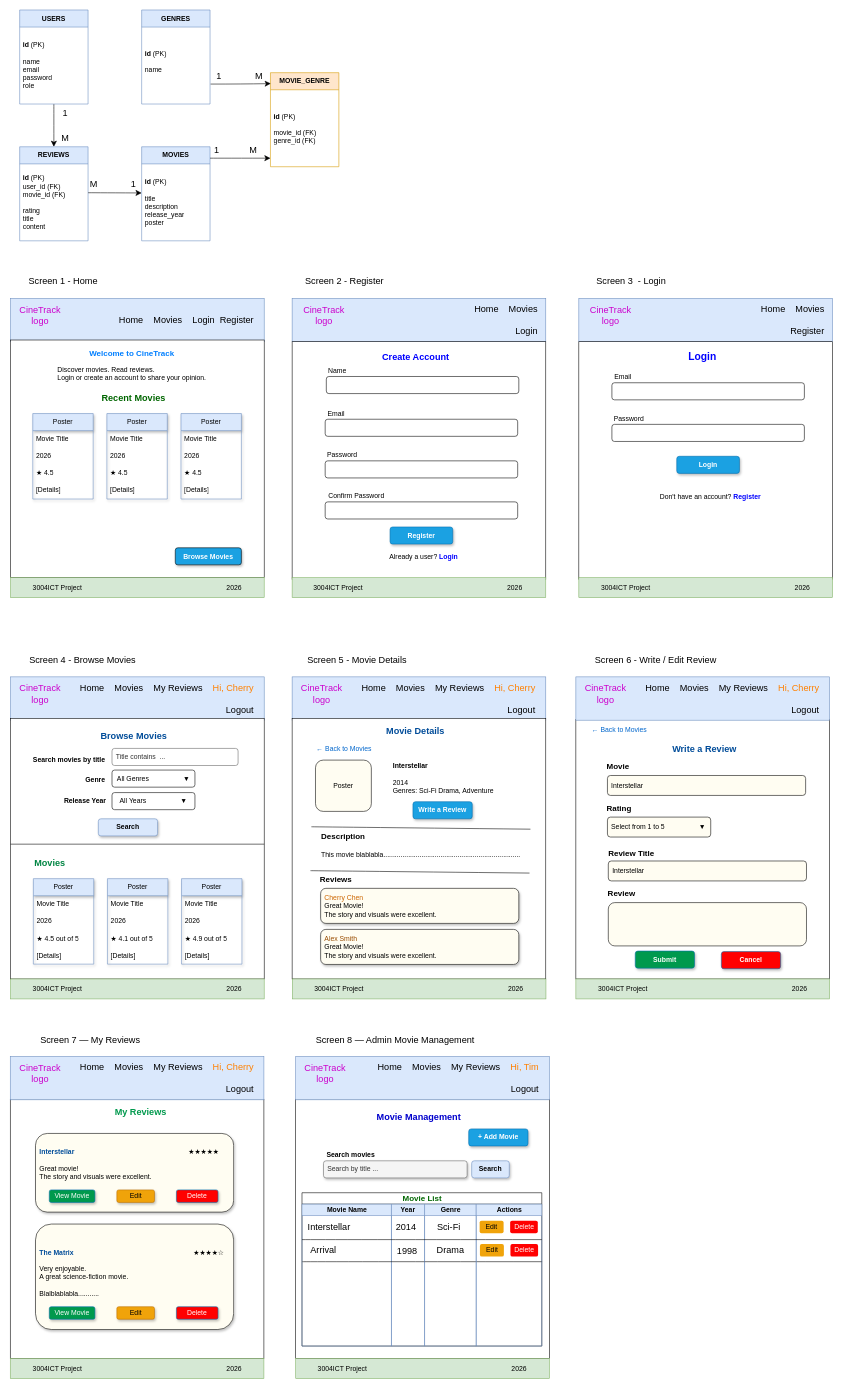
cherry4049/3004ICT-movie-watchlist keeps this draw.io diagram as docs/diagrams/diagrams.drawio. Above is the earlier version. Source tidied: cells renumbered, new cells numbered last; positions are measured from the earlier drawing's top-left corner, leaving out a move shared by most shapes. Both pictures are drawn from the tidied source at 57%, with x=0, y=0 at pixel (10, 10).
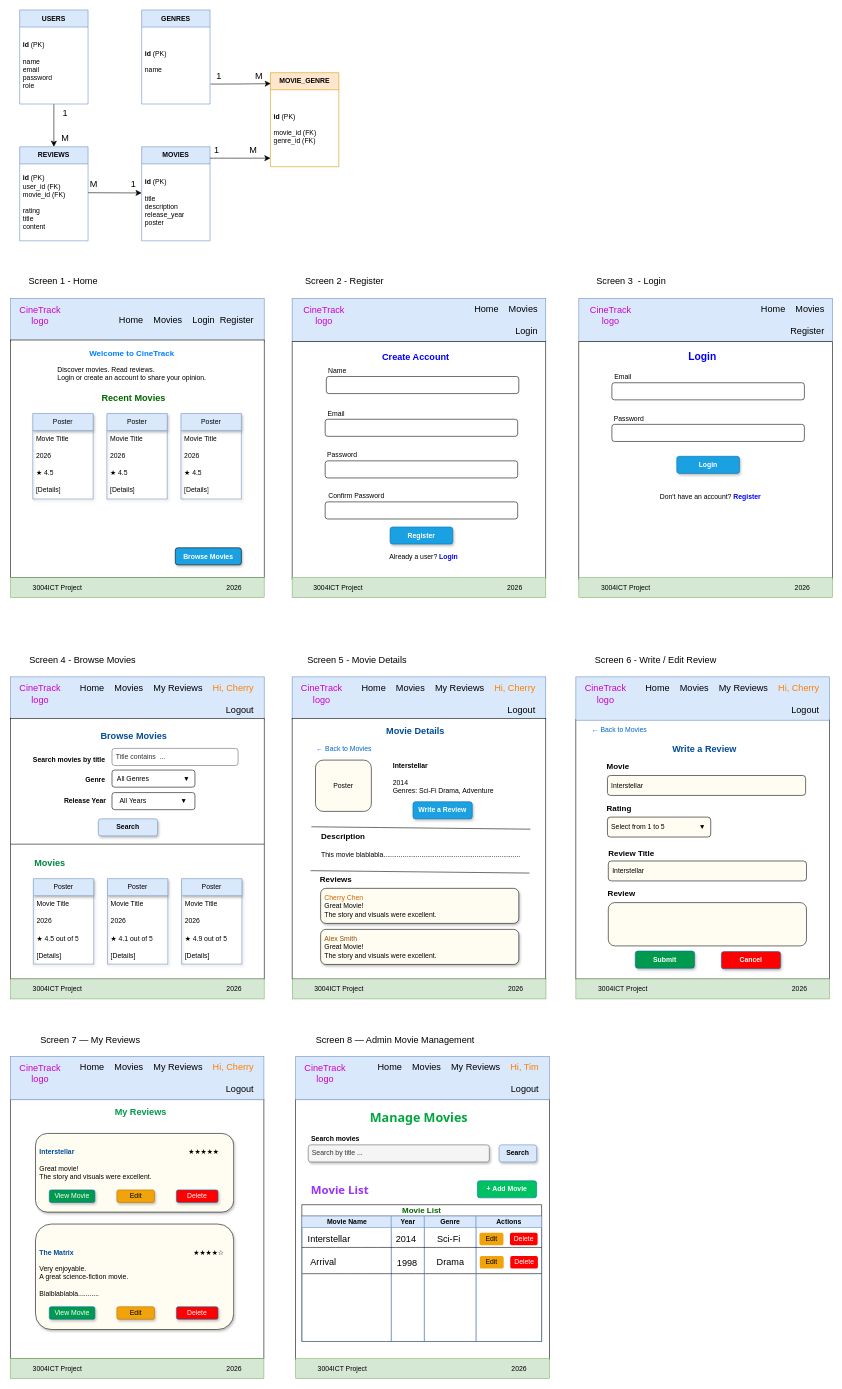
Above is the later version.

Change to the diagram source:
```diff
@@
+    <mxCell id="187" style="rounded=0;whiteSpace=wrap;html=1;" parent="1" vertex="1">
+      <mxGeometry x="500.3" y="1911" width="445" height="457" as="geometry" />
+    </mxCell>
@@
-    <mxCell id="141" value="&amp;nbsp; &amp;nbsp; &amp;nbsp; &amp;nbsp; &amp;nbsp; &amp;nbsp; &amp;nbsp; &amp;nbsp; &amp;nbsp; &amp;nbsp; &amp;nbsp; &amp;nbsp; &amp;nbsp; &amp;nbsp; &amp;nbsp; " style="rounded=0;whiteSpace=wrap;html=1;verticalAlign=bottom;spacingBottom=0;fillColor=#FFFFFF;" parent="1" vertex="1">
-      <mxGeometry x="500.3" y="1911" width="445" height="455" as="geometry" />
-    </mxCell>
@@
-    <mxCell id="145" value="&lt;b&gt;&lt;font style=&quot;font-size: 16px; color: rgb(0, 0, 204);&quot;&gt;Movie Management&lt;/font&gt;&lt;/b&gt;" style="text;html=1;whiteSpace=wrap;strokeColor=none;fillColor=none;align=center;verticalAlign=middle;rounded=0;" parent="1" vertex="1">
+    <mxCell id="145" value="&lt;h1 class=&quot;text-2xl font-bold text-green-600 sm:text-3xl&quot; style=&quot;box-sizing: border-box; margin: 0px; padding: 0px; border: 0px solid; line-height: 1.2; --tw-font-weight: 700; color: oklch(0.627 0.194 149.214); font-family: &amp;quot;Instrument Sans&amp;quot;, ui-sans-serif, system-ui, sans-serif, &amp;quot;Apple Color Emoji&amp;quot;, &amp;quot;Segoe UI Emoji&amp;quot;, &amp;quot;Segoe UI Symbol&amp;quot;, &amp;quot;Noto Color Emoji&amp;quot;; text-align: start;&quot;&gt;&lt;font style=&quot;font-size: 22px;&quot;&gt;Manage Movies&lt;/font&gt;&lt;/h1&gt;" style="text;html=1;whiteSpace=wrap;strokeColor=none;fillColor=none;align=center;verticalAlign=middle;rounded=0;" parent="1" vertex="1">
       <mxGeometry x="546.3" y="1927" width="341" height="30" as="geometry" />
     </mxCell>
@@
-    <mxCell id="148" value="+ Add Movie" style="rounded=1;whiteSpace=wrap;html=1;fillColor=#1ba1e2;strokeColor=#006EAF;fontColor=#ffffff;fontStyle=1;shadow=1;" parent="1" vertex="1">
-      <mxGeometry x="803.8" y="1963" width="104" height="30" as="geometry" />
+    <mxCell id="148" value="+ Add Movie" style="rounded=1;whiteSpace=wrap;html=1;fillColor=#00C161;strokeColor=#006EAF;fontColor=#ffffff;fontStyle=1;shadow=0;" parent="1" vertex="1">
+      <mxGeometry x="819" y="2054" width="104" height="30" as="geometry" />
     </mxCell>
     <mxCell id="149" value="Search by title ..." style="rounded=1;whiteSpace=wrap;html=1;align=left;spacingLeft=5;fillColor=#f5f5f5;fontColor=#333333;strokeColor=#666666;shadow=1;" parent="1" vertex="1">
-      <mxGeometry x="549" y="2019" width="252" height="30" as="geometry" />
+      <mxGeometry x="522.3" y="1991" width="317.7" height="30" as="geometry" />
     </mxCell>
     <mxCell id="150" value="&lt;b&gt;Search movies&lt;/b&gt;" style="text;html=1;whiteSpace=wrap;strokeColor=none;fillColor=none;align=center;verticalAlign=middle;rounded=0;" parent="1" vertex="1">
-      <mxGeometry x="549" y="1991" width="96" height="35" as="geometry" />
+      <mxGeometry x="522.3" y="1963" width="96" height="35" as="geometry" />
     </mxCell>
     <mxCell id="151" value="Search" style="rounded=1;whiteSpace=wrap;html=1;fillColor=#dae8fc;strokeColor=#6c8ebf;fontStyle=1;shadow=1;" parent="1" vertex="1">
-      <mxGeometry x="809" y="2019" width="66" height="30" as="geometry" />
+      <mxGeometry x="857" y="1991" width="66" height="30" as="geometry" />
     </mxCell>
     <mxCell id="152" value="&lt;span style=&quot;color: rgb(0, 102, 0);&quot;&gt;&lt;font style=&quot;font-size: 14px;&quot;&gt;Movie List&lt;/font&gt;&lt;/span&gt;" style="swimlane;startSize=20;html=1;" parent="1" vertex="1">
-      <mxGeometry x="511.3" y="2075" width="420.7" height="269" as="geometry" />
+      <mxGeometry x="511" y="2096" width="420.7" height="240" as="geometry" />
     </mxCell>
     <mxCell id="153" value="Movie Name" style="swimlane;startSize=20;html=1;fillColor=#dae8fc;strokeColor=#6c8ebf;" parent="152" vertex="1">
-      <mxGeometry y="20" width="157" height="249" as="geometry" />
+      <mxGeometry y="20" width="157" height="220" as="geometry" />
     </mxCell>
@@
     <mxCell id="155" value="Year" style="swimlane;startSize=20;html=1;fillColor=#dae8fc;strokeColor=#6c8ebf;" parent="152" vertex="1">
-      <mxGeometry x="157" y="20" width="58" height="249" as="geometry" />
+      <mxGeometry x="157" y="20" width="58" height="220" as="geometry" />
     </mxCell>
@@
     <mxCell id="159" value="Genre" style="swimlane;startSize=20;html=1;fillColor=#dae8fc;strokeColor=#6c8ebf;" parent="152" vertex="1">
-      <mxGeometry x="215" y="20" width="90.7" height="249" as="geometry" />
+      <mxGeometry x="215" y="20" width="90.7" height="220" as="geometry" />
     </mxCell>
@@
     <mxCell id="162" value="Actions" style="swimlane;startSize=20;html=1;fillColor=#dae8fc;strokeColor=#6c8ebf;" parent="152" vertex="1">
-      <mxGeometry x="305.7" y="20" width="115" height="249" as="geometry" />
+      <mxGeometry x="305.7" y="20" width="115" height="220" as="geometry" />
     </mxCell>
@@
     <mxCell id="168" value="Arrival" style="text;html=1;whiteSpace=wrap;strokeColor=none;fillColor=none;align=center;verticalAlign=middle;rounded=0;fontSize=16;" parent="1" vertex="1">
-      <mxGeometry x="518.8" y="2161" width="60" height="30" as="geometry" />
+      <mxGeometry x="518.8" y="2182" width="60" height="30" as="geometry" />
     </mxCell>
@@
+    <mxCell id="188" value="&lt;h1 class=&quot;text-2xl font-bold text-green-600 sm:text-3xl&quot; style=&quot;box-sizing: border-box; margin: 0px; padding: 0px; border: 0px solid; line-height: 1.2; --tw-font-weight: 700; font-family: &amp;quot;Instrument Sans&amp;quot;, ui-sans-serif, system-ui, sans-serif, &amp;quot;Apple Color Emoji&amp;quot;, &amp;quot;Segoe UI Emoji&amp;quot;, &amp;quot;Segoe UI Symbol&amp;quot;, &amp;quot;Noto Color Emoji&amp;quot;; text-align: start;&quot;&gt;&lt;font style=&quot;font-size: 20px; color: rgb(153, 51, 255);&quot;&gt;Movie List&lt;/font&gt;&lt;/h1&gt;" style="text;html=1;whiteSpace=wrap;strokeColor=none;fillColor=none;align=center;verticalAlign=middle;rounded=0;" parent="1" vertex="1">
+      <mxGeometry x="510.3" y="2054" width="135.7" height="30" as="geometry" />
+    </mxCell>
```
